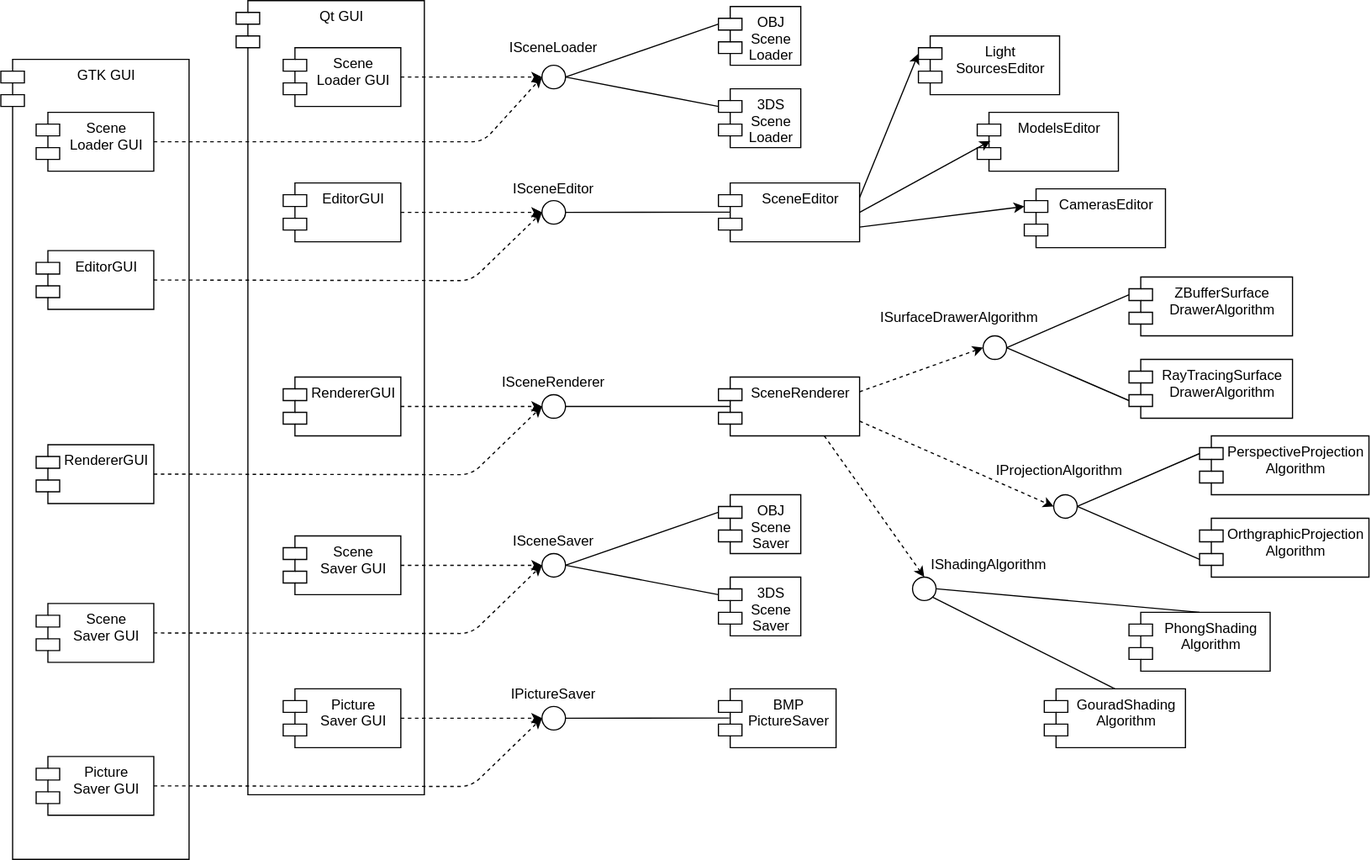
This is 04_Component_Diagram.svg from arngrey/ArchitectureExample, a draw.io export, as it was before one commit. Source tidied: cells renumbered, new cells last; positions are measured from the earlier drawing's top-left corner, leaving out a move shared by most shapes.
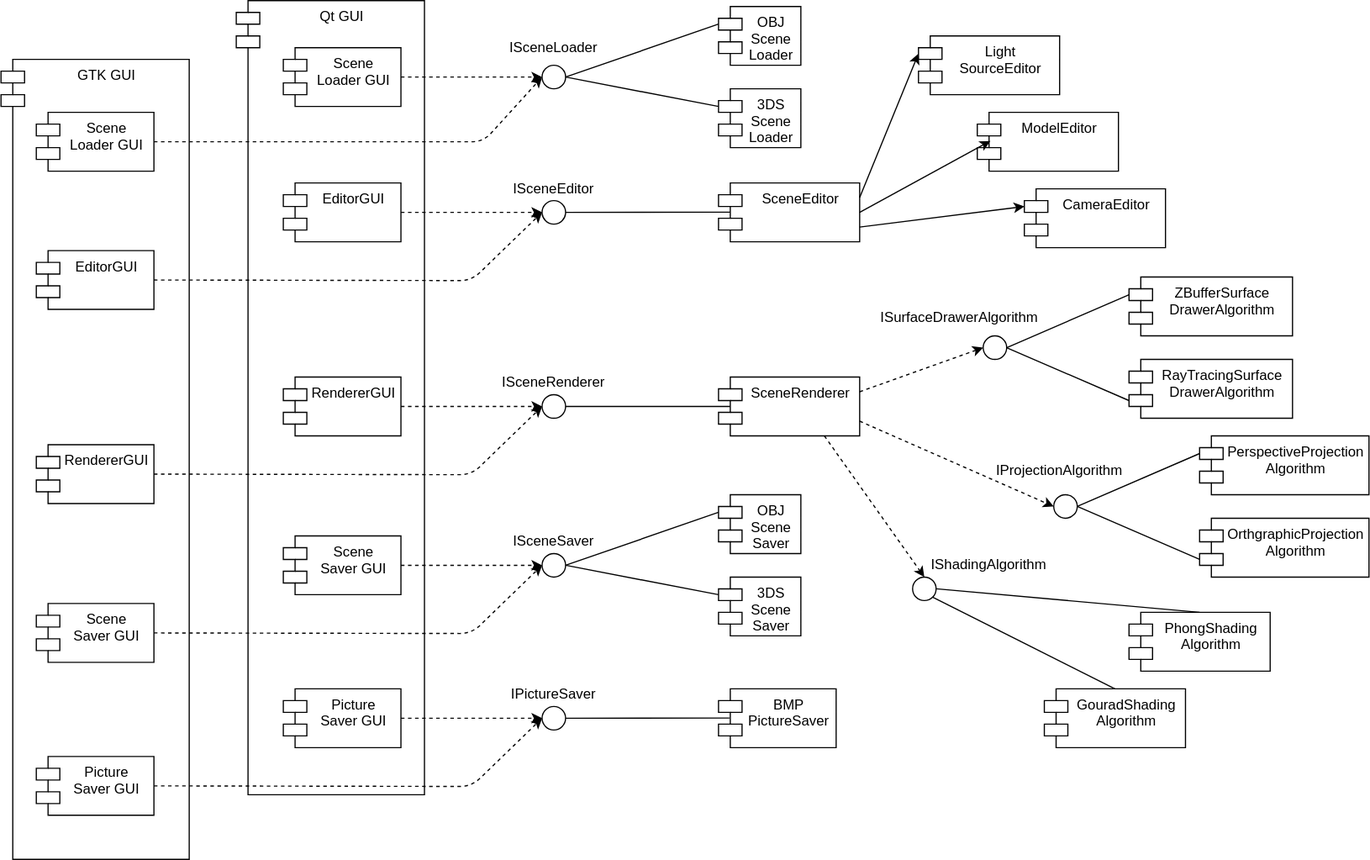
The same file after the commit.

Commit message:
Added Class Diagram

Change to the diagram source:
```diff
@@ -92,13 +92,13 @@
     <mxCell id="31" value="ISceneEditor" style="text;html=1;strokeColor=none;fillColor=none;align=center;verticalAlign=middle;whiteSpace=wrap;rounded=0;" parent="1" vertex="1">
       <mxGeometry x="430" y="150" width="80" height="20" as="geometry" />
     </mxCell>
-    <mxCell id="32" value="CamerasEditor" style="shape=module;align=left;spacingLeft=20;align=center;verticalAlign=top;" parent="1" vertex="1">
+    <mxCell id="32" value="CameraEditor" style="shape=module;align=left;spacingLeft=20;align=center;verticalAlign=top;" parent="1" vertex="1">
       <mxGeometry x="870" y="160" width="120" height="50" as="geometry" />
     </mxCell>
-    <mxCell id="33" value="ModelsEditor" style="shape=module;align=left;spacingLeft=20;align=center;verticalAlign=top;" parent="1" vertex="1">
+    <mxCell id="33" value="ModelEditor" style="shape=module;align=left;spacingLeft=20;align=center;verticalAlign=top;" parent="1" vertex="1">
       <mxGeometry x="830" y="95" width="120" height="50" as="geometry" />
     </mxCell>
-    <mxCell id="34" value="Light&#10;SourcesEditor" style="shape=module;align=left;spacingLeft=20;align=center;verticalAlign=top;" parent="1" vertex="1">
+    <mxCell id="34" value="Light&#10;SourceEditor" style="shape=module;align=left;spacingLeft=20;align=center;verticalAlign=top;" parent="1" vertex="1">
       <mxGeometry x="780" y="30" width="120" height="50" as="geometry" />
     </mxCell>
     <mxCell id="35" style="endArrow=classic;html=1;exitX=1;exitY=0.75;exitDx=0;exitDy=0;entryX=0;entryY=0;entryDx=0;entryDy=15;entryPerimeter=0;" parent="1" edge="1" source="6" target="32">
```
